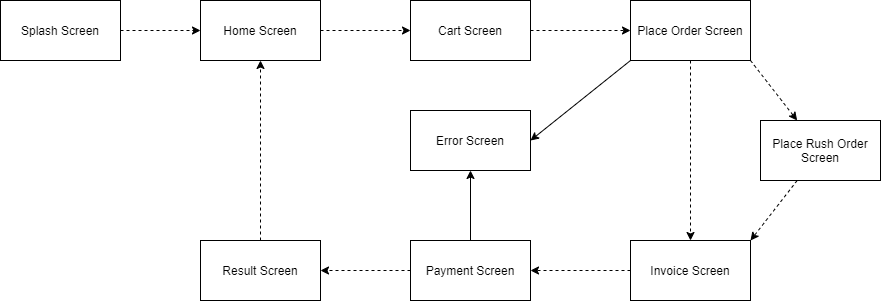
Before: Interface Design/screen interaction diagram.png, a diagram exported from draw.io (datlt2000/TKXDPM.KSTN.20211.20183493.LeTrongDat). Source tidied: cells renumbered, new cells last; positions are measured from the earlier drawing's top-left corner, leaving out a move shared by most shapes.
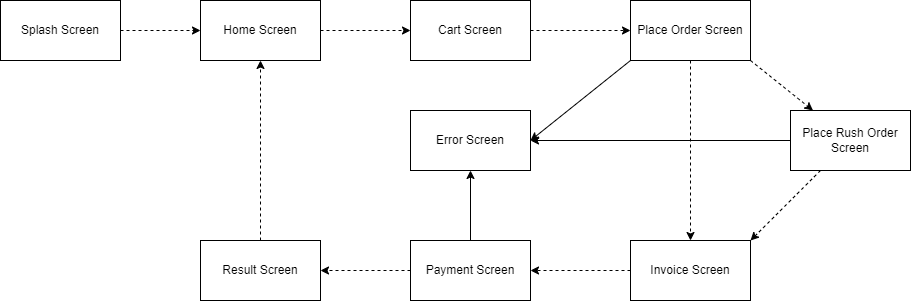
Above is the later version.

The edit, as a diff of the source:
```diff
@@ -59,8 +59,11 @@
     <mxCell id="20" style="edgeStyle=none;rounded=0;jettySize=auto;html=1;entryX=1;entryY=0;entryDx=0;entryDy=0;dashed=1;" parent="1" edge="1" source="21" target="13">
       <mxGeometry relative="1" as="geometry" />
     </mxCell>
+    <mxCell id="22" style="edgeStyle=orthogonalEdgeStyle;rounded=0;jettySize=auto;html=1;exitX=0;exitY=0.5;exitDx=0;exitDy=0;entryX=1;entryY=0.5;entryDx=0;entryDy=0;" parent="1" edge="1" source="21" target="17">
+      <mxGeometry relative="1" as="geometry" />
+    </mxCell>
     <mxCell id="21" value="Place Rush Order Screen" style="rounded=0;whiteSpace=wrap;html=1;" parent="1" vertex="1">
-      <mxGeometry x="760" y="120" width="120" height="60" as="geometry" />
+      <mxGeometry x="790" y="110" width="120" height="60" as="geometry" />
     </mxCell>
   </root>
 </mxGraphModel>
```
